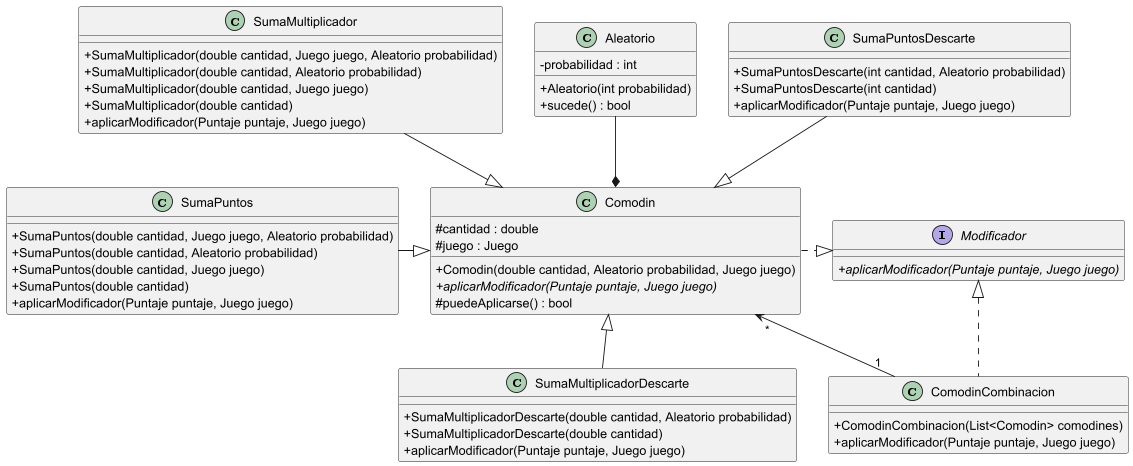
facukresta/g06-tp2-2c-2024 keeps this PlantUML diagram as diagrams/classes/Comodin.png. Above is the earlier version.
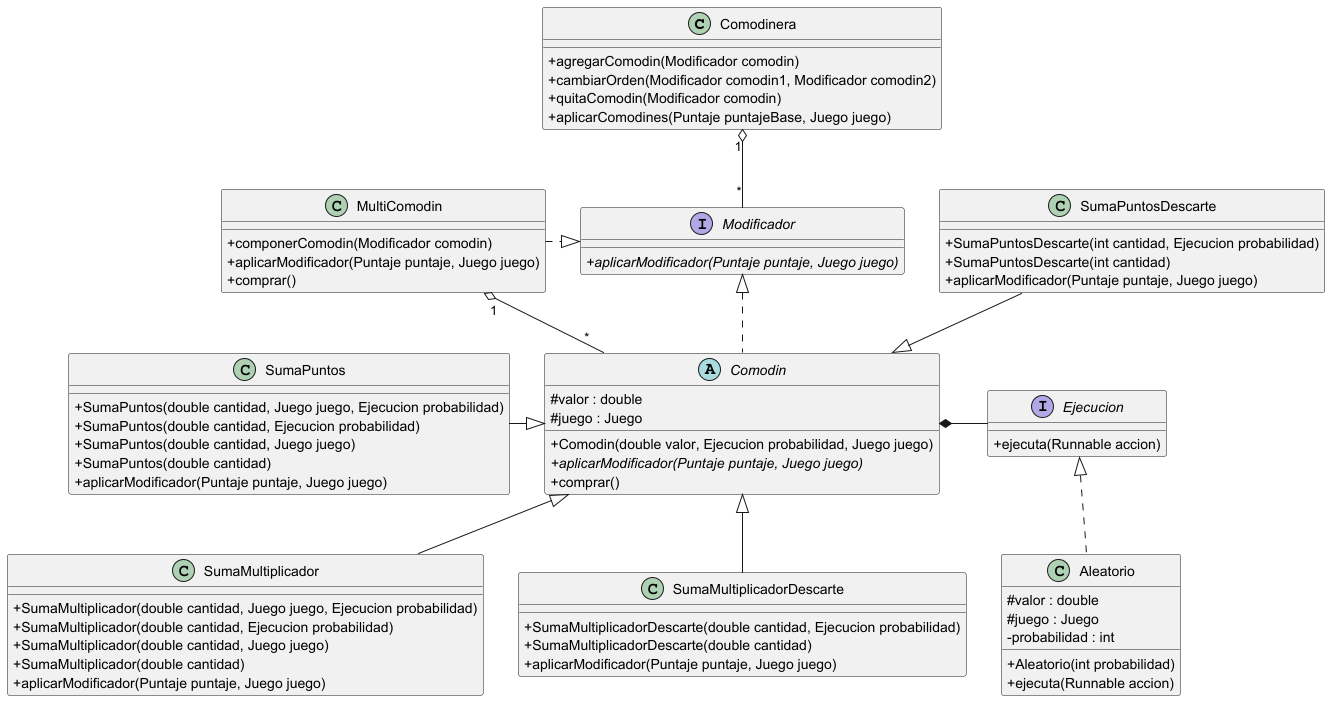
The same file after the commit.

Diff of the diagram source:
```diff
@@ -1,65 +1,83 @@
 @startuml Comodin
 skinparam classAttributeIconSize 0
+
+class Comodinera{
+    +agregarComodin(Modificador comodin)
+    +cambiarOrden(Modificador comodin1, Modificador comodin2)
+    +quitaComodin(Modificador comodin)
+    +aplicarComodines(Puntaje puntajeBase, Juego juego)
+}
 
 interface Modificador{
 +{abstract} aplicarModificador(Puntaje puntaje, Juego juego)
 }
 
+abstract class Comodin{
+#valor : double
+#juego : Juego
++{method} Comodin(double valor, Ejecucion probabilidad, Juego juego)
++{abstract} {method} aplicarModificador(Puntaje puntaje, Juego juego)
++comprar()
+}
+
+interface Ejecucion{
+    +ejecuta(Runnable accion)
+}
+
 class Aleatorio{
+#valor : double
+#juego : Juego
 - probabilidad : int
 +{method} Aleatorio(int probabilidad)
-+{method} sucede() : bool
-}
-
-class Comodin{
-#cantidad : double
-#juego : Juego
-+{method} Comodin(double cantidad, Aleatorio probabilidad, Juego juego)
-+{abstract} {method} aplicarModificador(Puntaje puntaje, Juego juego)
-#{method} puedeAplicarse() : bool
-}
-
-class ComodinCombinacion{
-+{method}ComodinCombinacion(List<Comodin> comodines)
-+{method} aplicarModificador(Puntaje puntaje, Juego juego)
++ejecuta(Runnable accion)
 }
 
 class SumaMultiplicador{
-+SumaMultiplicador(double cantidad, Juego juego, Aleatorio probabilidad)
-+SumaMultiplicador(double cantidad, Aleatorio probabilidad)
++SumaMultiplicador(double cantidad, Juego juego, Ejecucion probabilidad)
++SumaMultiplicador(double cantidad, Ejecucion probabilidad)
 +SumaMultiplicador(double cantidad, Juego juego)
 +SumaMultiplicador(double cantidad)
 +aplicarModificador(Puntaje puntaje, Juego juego)
 }
 
-
 class SumaMultiplicadorDescarte{
-+SumaMultiplicadorDescarte(double cantidad, Aleatorio probabilidad)
++SumaMultiplicadorDescarte(double cantidad, Ejecucion probabilidad)
 +SumaMultiplicadorDescarte(double cantidad)
 +aplicarModificador(Puntaje puntaje, Juego juego)
 }
 
-
 class SumaPuntos{
-+SumaPuntos(double cantidad, Juego juego, Aleatorio probabilidad)
-+SumaPuntos(double cantidad, Aleatorio probabilidad)
++SumaPuntos(double cantidad, Juego juego, Ejecucion probabilidad)
++SumaPuntos(double cantidad, Ejecucion probabilidad)
 +SumaPuntos(double cantidad, Juego juego)
 +SumaPuntos(double cantidad)
 +aplicarModificador(Puntaje puntaje, Juego juego)
 }
 
 class SumaPuntosDescarte{
-+SumaPuntosDescarte(int cantidad, Aleatorio probabilidad)
++SumaPuntosDescarte(int cantidad, Ejecucion probabilidad)
 +SumaPuntosDescarte(int cantidad)
 +aplicarModificador(Puntaje puntaje, Juego juego)
 }
+
+class MultiComodin{
+    +componerComodin(Modificador comodin)
+    +aplicarModificador(Puntaje puntaje, Juego juego)
+    +comprar()
+}
+
 SumaPuntos -right-|> Comodin
-Comodin *-up- Aleatorio
-
-Comodin .right.|> Modificador
-ComodinCombinacion "1" -left-> "*" Comodin
-ComodinCombinacion .up.|> Modificador
-Comodin <|-up- SumaMultiplicador
 SumaMultiplicadorDescarte -up-|> Comodin
 SumaPuntosDescarte -down-|> Comodin
+SumaMultiplicador -up-|> Comodin
+
+Comodin *-right- Ejecucion
+Aleatorio .up.|> Ejecucion
+
+Comodin .up.|> Modificador
+MultiComodin .right.|> Modificador
+
+Comodinera "1" o-- "*" Modificador
+MultiComodin "1" o-- "*" Comodin
+
 @enduml
```
